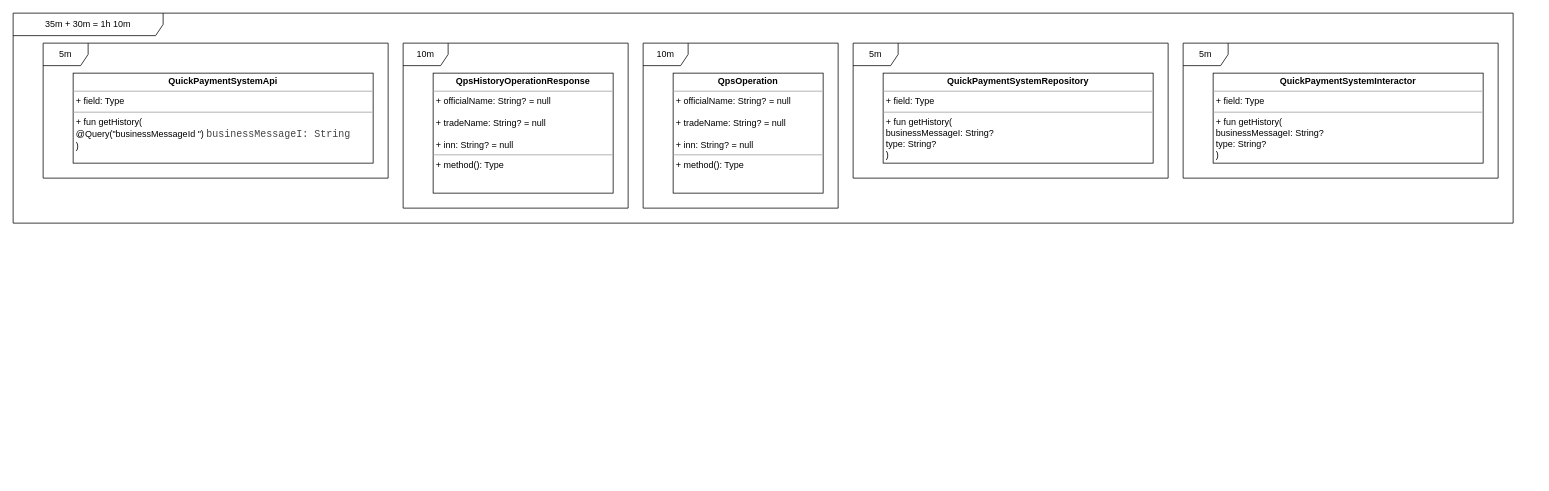
ShiryaevNikolay/diagrams keeps this draw.io diagram as UNI-14774.drawio. Above is the earlier version. Source tidied: cells renumbered, new cells numbered last; positions are measured from the earlier drawing's top-left corner, leaving out a move shared by most shapes. Both pictures are drawn from the tidied source at 75%, with x=0, y=0 at pixel (13, 13).
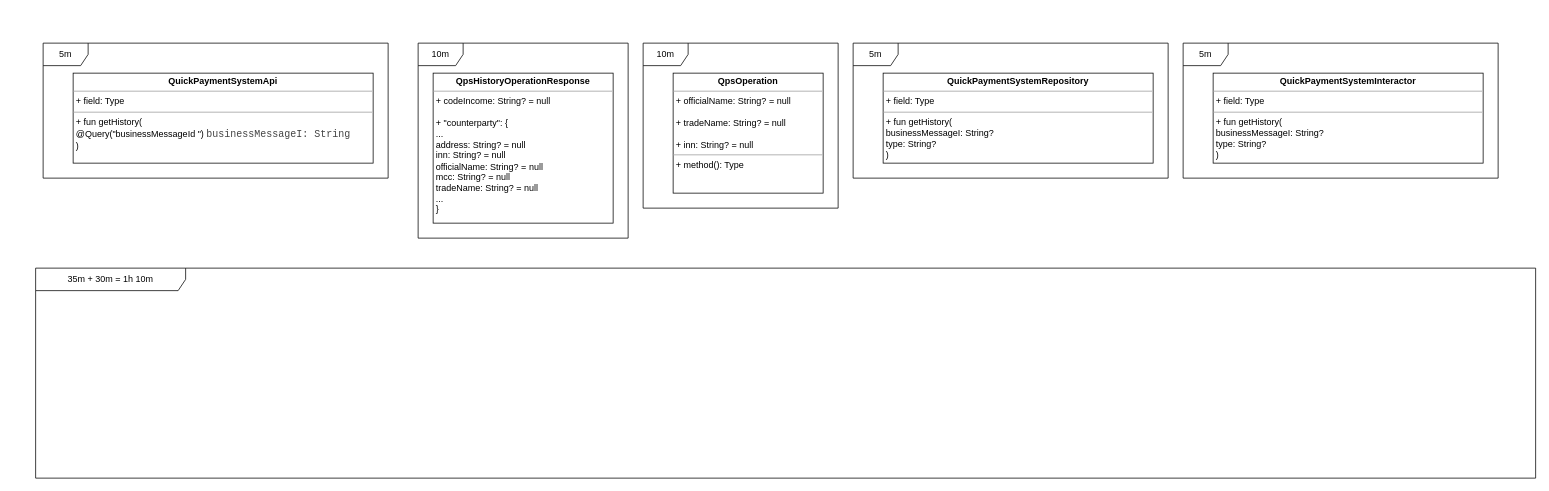
After the change.

Diff of the diagram source:
```diff
@@
 <mxGraphModel>
   <root>
     <mxCell id="0" />
     <mxCell id="1" parent="0" />
     <mxCell id="2" value="&lt;p style=&quot;margin: 0px ; margin-top: 4px ; text-align: center&quot;&gt;&lt;b&gt;QuickPaymentSystemApi&lt;/b&gt;&lt;/p&gt;&lt;hr size=&quot;1&quot;&gt;&lt;p style=&quot;margin: 0px ; margin-left: 4px&quot;&gt;+ field: Type&lt;/p&gt;&lt;hr size=&quot;1&quot;&gt;&lt;p style=&quot;margin: 0px ; margin-left: 4px&quot;&gt;+ fun getHistory(&lt;/p&gt;&lt;p style=&quot;margin: 0px ; margin-left: 4px&quot;&gt;&lt;span&gt; &lt;/span&gt;@Query(&quot;businessMessageId &quot;) &lt;span style=&quot;font-size: 10pt ; font-family: &amp;#34;courier new&amp;#34; ; color: rgb(67 , 67 , 67) ; background-color: transparent ; font-weight: 400 ; font-style: normal ; font-variant: normal ; text-decoration: none ; vertical-align: baseline&quot; id=&quot;docs-internal-guid-493928ac-7fff-fcde-9f78-01a0bb1bc673&quot;&gt;businessMessageI: String&lt;/span&gt;&lt;span style=&quot;font-size: 11pt ; font-family: &amp;#34;pt sans&amp;#34; , sans-serif ; color: rgb(67 , 67 , 67) ; background-color: transparent ; font-weight: 400 ; font-style: normal ; font-variant: normal ; text-decoration: none ; vertical-align: baseline&quot;&gt; &lt;/span&gt;&lt;/p&gt;&lt;p style=&quot;margin: 0px ; margin-left: 4px&quot;&gt;)&lt;/p&gt;" style="verticalAlign=top;align=left;overflow=fill;fontSize=12;fontFamily=Helvetica;html=1;" parent="1" vertex="1">
       <mxGeometry x="80" y="80" width="400" height="120" as="geometry" />
     </mxCell>
-    <mxCell id="3" value="&lt;p style=&quot;margin: 0px ; margin-top: 4px ; text-align: center&quot;&gt;&lt;b&gt;QpsHistoryOperationResponse&lt;/b&gt;&lt;/p&gt;&lt;hr size=&quot;1&quot;&gt;&lt;p style=&quot;margin: 0px ; margin-left: 4px&quot;&gt;+ officialName: String? = null&lt;/p&gt;&lt;p style=&quot;margin: 0px ; margin-left: 4px&quot;&gt;&lt;br&gt;&lt;/p&gt;&lt;p style=&quot;margin: 0px ; margin-left: 4px&quot;&gt;+ tradeName: String? = null&lt;/p&gt;&lt;p style=&quot;margin: 0px ; margin-left: 4px&quot;&gt;&lt;br&gt;&lt;/p&gt;&lt;p style=&quot;margin: 0px ; margin-left: 4px&quot;&gt;+ inn: String? = null&lt;/p&gt;&lt;hr size=&quot;1&quot;&gt;&lt;p style=&quot;margin: 0px ; margin-left: 4px&quot;&gt;+ method(): Type&lt;/p&gt;" style="verticalAlign=top;align=left;overflow=fill;fontSize=12;fontFamily=Helvetica;html=1;" parent="1" vertex="1">
-      <mxGeometry x="560" y="80" width="240" height="160" as="geometry" />
+    <mxCell id="3" value="&lt;p style=&quot;margin: 0px ; margin-top: 4px ; text-align: center&quot;&gt;&lt;b&gt;QpsHistoryOperationResponse&lt;/b&gt;&lt;/p&gt;&lt;hr size=&quot;1&quot;&gt;&lt;p style=&quot;margin: 0px ; margin-left: 4px&quot;&gt;+ codeIncome: String? = null&lt;/p&gt;&lt;p style=&quot;margin: 0px ; margin-left: 4px&quot;&gt;&lt;br&gt;&lt;/p&gt;&lt;p style=&quot;margin: 0px ; margin-left: 4px&quot;&gt;+ &quot;counterparty&quot;: {&lt;/p&gt;&lt;p style=&quot;margin: 0px ; margin-left: 4px&quot;&gt;...&lt;/p&gt;&lt;p style=&quot;margin: 0px ; margin-left: 4px&quot;&gt;address: String? = null&lt;/p&gt;&lt;p style=&quot;margin: 0px ; margin-left: 4px&quot;&gt;inn: String? = null&lt;/p&gt;&lt;p style=&quot;margin: 0px ; margin-left: 4px&quot;&gt;officialName: String? = null&lt;/p&gt;&lt;p style=&quot;margin: 0px ; margin-left: 4px&quot;&gt;mcc: String? = null&lt;/p&gt;&lt;p style=&quot;margin: 0px ; margin-left: 4px&quot;&gt;tradeName: String? = null&lt;br&gt;&lt;/p&gt;&lt;p style=&quot;margin: 0px ; margin-left: 4px&quot;&gt;...&lt;br&gt;&lt;/p&gt;&lt;p style=&quot;margin: 0px ; margin-left: 4px&quot;&gt;}&lt;/p&gt;" style="verticalAlign=top;align=left;overflow=fill;fontSize=12;fontFamily=Helvetica;html=1;" parent="1" vertex="1">
+      <mxGeometry x="560" y="80" width="240" height="200" as="geometry" />
     </mxCell>
     <mxCell id="4" value="&lt;p style=&quot;margin: 0px ; margin-top: 4px ; text-align: center&quot;&gt;&lt;b&gt;QpsOperation&lt;/b&gt;&lt;/p&gt;&lt;hr size=&quot;1&quot;&gt;&lt;p style=&quot;margin: 0px ; margin-left: 4px&quot;&gt;+ officialName: String? = null&lt;br&gt;&lt;br&gt;+ tradeName: String? = null&lt;br&gt;&lt;br&gt;+ inn: String? = null&lt;/p&gt;&lt;hr size=&quot;1&quot;&gt;&lt;p style=&quot;margin: 0px ; margin-left: 4px&quot;&gt;+ method(): Type&lt;/p&gt;" style="verticalAlign=top;align=left;overflow=fill;fontSize=12;fontFamily=Helvetica;html=1;" parent="1" vertex="1">
       <mxGeometry x="880" y="80" width="200" height="160" as="geometry" />
     </mxCell>
     <mxCell id="5" value="&lt;p style=&quot;margin: 0px ; margin-top: 4px ; text-align: center&quot;&gt;&lt;b&gt;QuickPaymentSystemRepository&lt;/b&gt;&lt;/p&gt;&lt;hr size=&quot;1&quot;&gt;&lt;p style=&quot;margin: 0px ; margin-left: 4px&quot;&gt;+ field: Type&lt;/p&gt;&lt;hr size=&quot;1&quot;&gt;&lt;p style=&quot;margin: 0px ; margin-left: 4px&quot;&gt;+ fun getHistory(&lt;/p&gt;&lt;p style=&quot;margin: 0px ; margin-left: 4px&quot;&gt;businessMessageI: String?&lt;/p&gt;&lt;p style=&quot;margin: 0px ; margin-left: 4px&quot;&gt;type: String?&lt;br&gt;&lt;/p&gt;&lt;p style=&quot;margin: 0px ; margin-left: 4px&quot;&gt;)&lt;/p&gt;" style="verticalAlign=top;align=left;overflow=fill;fontSize=12;fontFamily=Helvetica;html=1;" parent="1" vertex="1">
       <mxGeometry x="1160" y="80" width="360" height="120" as="geometry" />
     </mxCell>
     <mxCell id="6" value="&lt;p style=&quot;margin: 0px ; margin-top: 4px ; text-align: center&quot;&gt;&lt;b&gt;QuickPaymentSystemInteractor&lt;/b&gt;&lt;/p&gt;&lt;hr size=&quot;1&quot;&gt;&lt;p style=&quot;margin: 0px ; margin-left: 4px&quot;&gt;+ field: Type&lt;/p&gt;&lt;hr size=&quot;1&quot;&gt;&lt;p style=&quot;margin: 0px ; margin-left: 4px&quot;&gt;+ fun getHistory(&lt;/p&gt;&lt;p style=&quot;margin: 0px ; margin-left: 4px&quot;&gt;businessMessageI: String?&lt;br&gt;type: String?&lt;br&gt;&lt;/p&gt;&lt;p style=&quot;margin: 0px ; margin-left: 4px&quot;&gt;)&lt;/p&gt;" style="verticalAlign=top;align=left;overflow=fill;fontSize=12;fontFamily=Helvetica;html=1;" parent="1" vertex="1">
       <mxGeometry x="1600" y="80" width="360" height="120" as="geometry" />
     </mxCell>
     <mxCell id="7" value="5m" style="shape=umlFrame;whiteSpace=wrap;html=1;" parent="1" vertex="1">
       <mxGeometry x="40" y="40" width="460" height="180" as="geometry" />
     </mxCell>
     <mxCell id="8" value="10m" style="shape=umlFrame;whiteSpace=wrap;html=1;" parent="1" vertex="1">
-      <mxGeometry x="520" y="40" width="300" height="220" as="geometry" />
+      <mxGeometry x="540" y="40" width="280" height="260" as="geometry" />
     </mxCell>
     <mxCell id="9" value="10m" style="shape=umlFrame;whiteSpace=wrap;html=1;" parent="1" vertex="1">
       <mxGeometry x="840" y="40" width="260" height="220" as="geometry" />
     </mxCell>
     <mxCell id="10" value="5m" style="shape=umlFrame;whiteSpace=wrap;html=1;" parent="1" vertex="1">
       <mxGeometry x="1120" y="40" width="420" height="180" as="geometry" />
     </mxCell>
     <mxCell id="11" value="5m" style="shape=umlFrame;whiteSpace=wrap;html=1;" parent="1" vertex="1">
       <mxGeometry x="1560" y="40" width="420" height="180" as="geometry" />
     </mxCell>
     <mxCell id="12" value="35m + 30m = 1h 10m" style="shape=umlFrame;whiteSpace=wrap;html=1;width=200;height=30;" parent="1" vertex="1">
-      <mxGeometry width="2000" height="280" as="geometry" />
+      <mxGeometry x="30" y="340" width="2000" height="280" as="geometry" />
     </mxCell>
   </root>
 </mxGraphModel>
```
